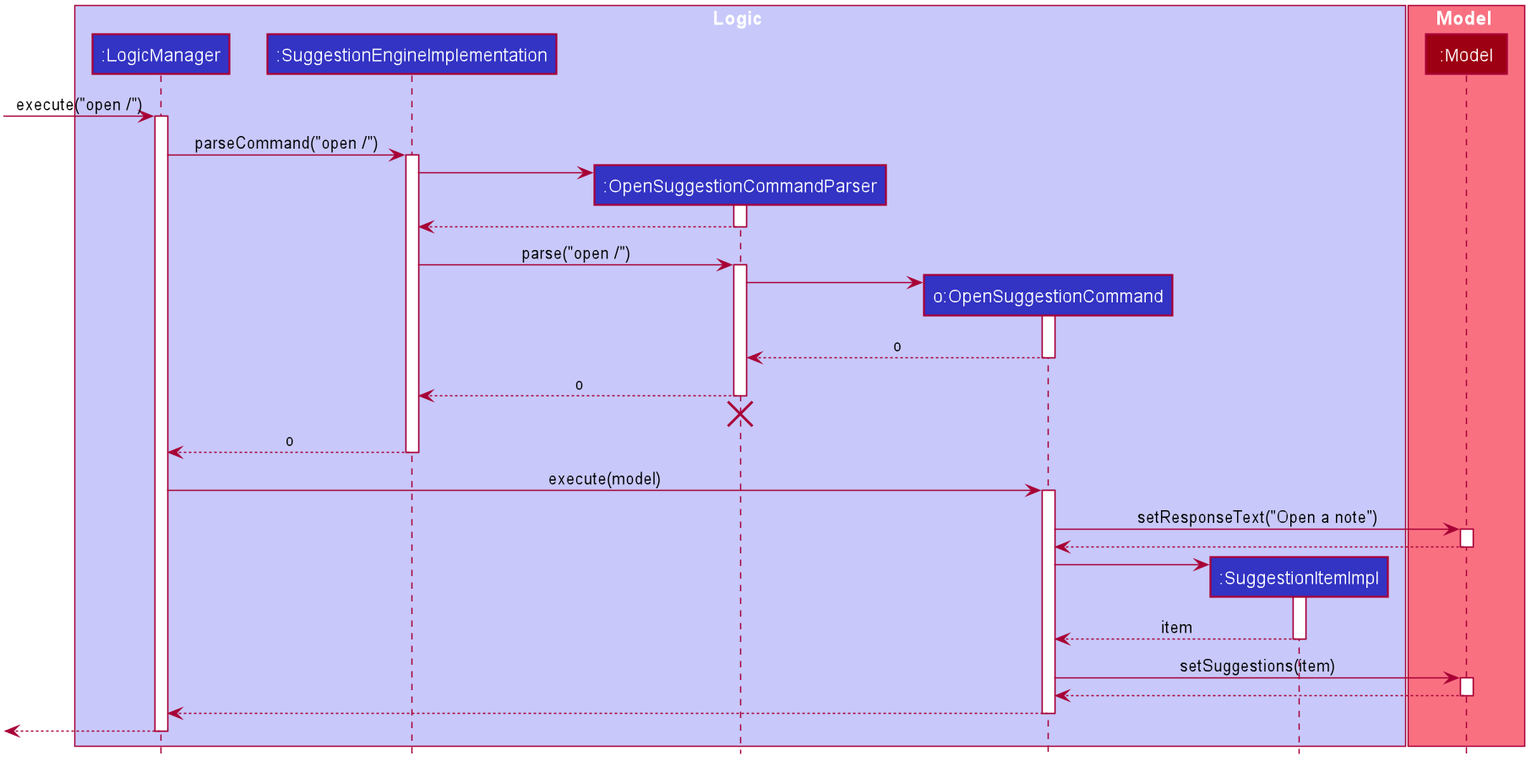
Before: images/SuggestionSequenceDiagram.png, a diagram exported from PlantUML (AY1920S2-CS2103T-W17-2/main). Source of this version:
```plantuml
@startuml








skinparam BackgroundColor #FFFFFFF

skinparam Shadowing false

skinparam Class {
    FontColor #FFFFFF
    BorderThickness 1
    BorderColor #FFFFFF
    StereotypeFontColor #FFFFFF
    FontName Arial
}

skinparam Actor {
    BorderColor #000000
    Color #000000
    FontName Arial
}

skinparam Sequence {
    MessageAlign center
    BoxFontSize 15
    BoxPadding 0
    BoxFontColor #FFFFFF
    FontName Arial
}

skinparam Participant {
    FontColor #FFFFFFF
    Padding 20
}

skinparam MinClassWidth 50
skinparam ParticipantPadding 10
skinparam Shadowing false
skinparam DefaultTextAlignment center
skinparam packageStyle Rectangle

hide footbox
hide members
hide circle

box Logic #C8C8FA
participant ":LogicManager" as LogicManager #3333C4
participant ":SuggestionEngineImplementation" as SuggestionEngineImplementation #3333C4
participant ":OpenSuggestionCommandParser" as OpenSuggestionCommandParser #3333C4
participant "o:OpenSuggestionCommand" as OpenSuggestionCommand #3333C4
participant ":SuggestionItemImpl" as SuggestionItemImpl #3333C4
end box

box Model #F97181
participant ":Model" as Model #9D0012
end box

[-> LogicManager : execute("open /")
activate LogicManager

LogicManager -> SuggestionEngineImplementation : parseCommand("open /")
activate SuggestionEngineImplementation

create OpenSuggestionCommandParser
SuggestionEngineImplementation -> OpenSuggestionCommandParser
activate OpenSuggestionCommandParser

OpenSuggestionCommandParser --> SuggestionEngineImplementation
deactivate OpenSuggestionCommandParser

SuggestionEngineImplementation -> OpenSuggestionCommandParser : parse("open /")
activate OpenSuggestionCommandParser

create OpenSuggestionCommand
OpenSuggestionCommandParser -> OpenSuggestionCommand
activate OpenSuggestionCommand

OpenSuggestionCommand --> OpenSuggestionCommandParser : o
deactivate OpenSuggestionCommand

OpenSuggestionCommandParser --> SuggestionEngineImplementation : o
deactivate OpenSuggestionCommandParser
OpenSuggestionCommandParser -[hidden]-> SuggestionEngineImplementation
destroy OpenSuggestionCommandParser

SuggestionEngineImplementation --> LogicManager : o
deactivate SuggestionEngineImplementation

LogicManager -> OpenSuggestionCommand : execute(model)
activate OpenSuggestionCommand

OpenSuggestionCommand -> Model : setResponseText("Open a note")
activate Model

Model --> OpenSuggestionCommand
deactivate Model

create SuggestionItemImpl
OpenSuggestionCommand -> SuggestionItemImpl
activate SuggestionItemImpl

SuggestionItemImpl --> OpenSuggestionCommand : item
deactivate SuggestionItemImpl

OpenSuggestionCommand -> Model : setSuggestions(item)
activate Model

Model --> OpenSuggestionCommand
deactivate Model

OpenSuggestionCommand --> LogicManager
deactivate OpenSuggestionCommand

[<--LogicManager
deactivate LogicManager
@enduml
```
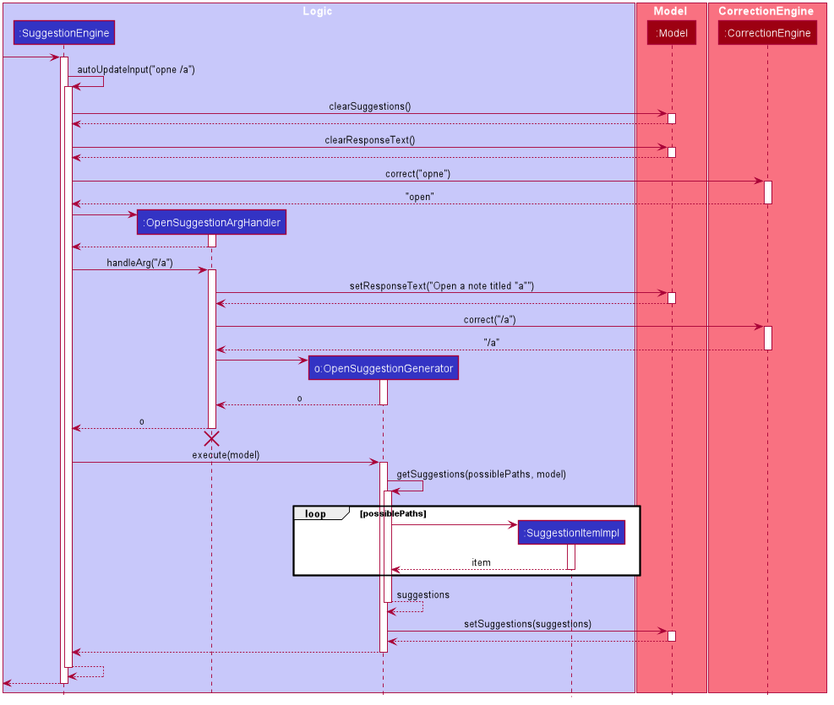
After the change.

Change to the diagram source:
```diff
@@ -49,10 +49,9 @@
 hide circle
 
 box Logic #C8C8FA
-participant ":LogicManager" as LogicManager #3333C4
-participant ":SuggestionEngineImplementation" as SuggestionEngineImplementation #3333C4
-participant ":OpenSuggestionCommandParser" as OpenSuggestionCommandParser #3333C4
-participant "o:OpenSuggestionCommand" as OpenSuggestionCommand #3333C4
+participant ":SuggestionEngine" as SuggestionEngine #3333C4
+participant ":OpenSuggestionArgHandler" as OpenSuggestionArgHandler #3333C4
+participant "o:OpenSuggestionGenerator" as OpenSuggestionGenerator #3333C4
 participant ":SuggestionItemImpl" as SuggestionItemImpl #3333C4
 end box
 
@@ -60,62 +59,98 @@
 participant ":Model" as Model #9D0012
 end box
 
-[-> LogicManager : execute("open /")
-activate LogicManager
+box CorrectionEngine #F97181
+participant ":CorrectionEngine" as CorrectionEngine #9D0012
+end box
 
-LogicManager -> SuggestionEngineImplementation : parseCommand("open /")
-activate SuggestionEngineImplementation
+[-> SuggestionEngine
+activate SuggestionEngine
 
-create OpenSuggestionCommandParser
-SuggestionEngineImplementation -> OpenSuggestionCommandParser
-activate OpenSuggestionCommandParser
+SuggestionEngine -> SuggestionEngine : autoUpdateInput("opne /a")
+activate SuggestionEngine
 
-OpenSuggestionCommandParser --> SuggestionEngineImplementation
-deactivate OpenSuggestionCommandParser
-
-SuggestionEngineImplementation -> OpenSuggestionCommandParser : parse("open /")
-activate OpenSuggestionCommandParser
-
-create OpenSuggestionCommand
-OpenSuggestionCommandParser -> OpenSuggestionCommand
-activate OpenSuggestionCommand
-
-OpenSuggestionCommand --> OpenSuggestionCommandParser : o
-deactivate OpenSuggestionCommand
-
-OpenSuggestionCommandParser --> SuggestionEngineImplementation : o
-deactivate OpenSuggestionCommandParser
-OpenSuggestionCommandParser -[hidden]-> SuggestionEngineImplementation
-destroy OpenSuggestionCommandParser
-
-SuggestionEngineImplementation --> LogicManager : o
-deactivate SuggestionEngineImplementation
-
-LogicManager -> OpenSuggestionCommand : execute(model)
-activate OpenSuggestionCommand
-
-OpenSuggestionCommand -> Model : setResponseText("Open a note")
+SuggestionEngine -> Model : clearSuggestions()
 activate Model
 
-Model --> OpenSuggestionCommand
+Model --> SuggestionEngine
 deactivate Model
 
+SuggestionEngine -> Model : clearResponseText()
+activate Model
+
+Model --> SuggestionEngine
+deactivate Model
+
+SuggestionEngine -> CorrectionEngine : correct("opne")
+activate CorrectionEngine
+
+CorrectionEngine --> SuggestionEngine : "open"
+deactivate CorrectionEngine
+
+create OpenSuggestionArgHandler
+SuggestionEngine -> OpenSuggestionArgHandler
+activate OpenSuggestionArgHandler
+
+OpenSuggestionArgHandler --> SuggestionEngine
+deactivate OpenSuggestionArgHandler
+
+SuggestionEngine -> OpenSuggestionArgHandler : handleArg("/a")
+activate OpenSuggestionArgHandler
+
+OpenSuggestionArgHandler -> Model : setResponseText("Open a note titled "a"")
+activate Model
+
+Model --> OpenSuggestionArgHandler
+deactivate Model
+
+OpenSuggestionArgHandler -> CorrectionEngine : correct("/a")
+activate CorrectionEngine
+
+CorrectionEngine --> OpenSuggestionArgHandler : "/a"
+deactivate CorrectionEngine
+
+create OpenSuggestionGenerator
+OpenSuggestionArgHandler -> OpenSuggestionGenerator
+activate OpenSuggestionGenerator
+
+OpenSuggestionGenerator --> OpenSuggestionArgHandler : o
+deactivate OpenSuggestionGenerator
+
+OpenSuggestionArgHandler --> SuggestionEngine : o
+deactivate OpenSuggestionArgHandler
+OpenSuggestionArgHandler -[hidden]-> SuggestionEngine
+destroy OpenSuggestionArgHandler
+
+SuggestionEngine -> OpenSuggestionGenerator : execute(model)
+activate OpenSuggestionGenerator
+
+OpenSuggestionGenerator -> OpenSuggestionGenerator : getSuggestions(possiblePaths, model)
+activate OpenSuggestionGenerator
+
+loop possiblePaths
 create SuggestionItemImpl
-OpenSuggestionCommand -> SuggestionItemImpl
+OpenSuggestionGenerator -> SuggestionItemImpl
 activate SuggestionItemImpl
 
-SuggestionItemImpl --> OpenSuggestionCommand : item
+SuggestionItemImpl --> OpenSuggestionGenerator : item
 deactivate SuggestionItemImpl
+end
 
-OpenSuggestionCommand -> Model : setSuggestions(item)
+OpenSuggestionGenerator --> OpenSuggestionGenerator : suggestions
+deactivate OpenSuggestionGenerator
+
+OpenSuggestionGenerator -> Model : setSuggestions(suggestions)
 activate Model
 
-Model --> OpenSuggestionCommand
+Model --> OpenSuggestionGenerator
 deactivate Model
 
-OpenSuggestionCommand --> LogicManager
-deactivate OpenSuggestionCommand
+OpenSuggestionGenerator --> SuggestionEngine
+deactivate OpenSuggestionGenerator
 
-[<--LogicManager
-deactivate LogicManager
+SuggestionEngine --> SuggestionEngine
+deactivate SuggestionEngine
+
+[<--SuggestionEngine
+deactivate SuggestionEngine
 @enduml
```
